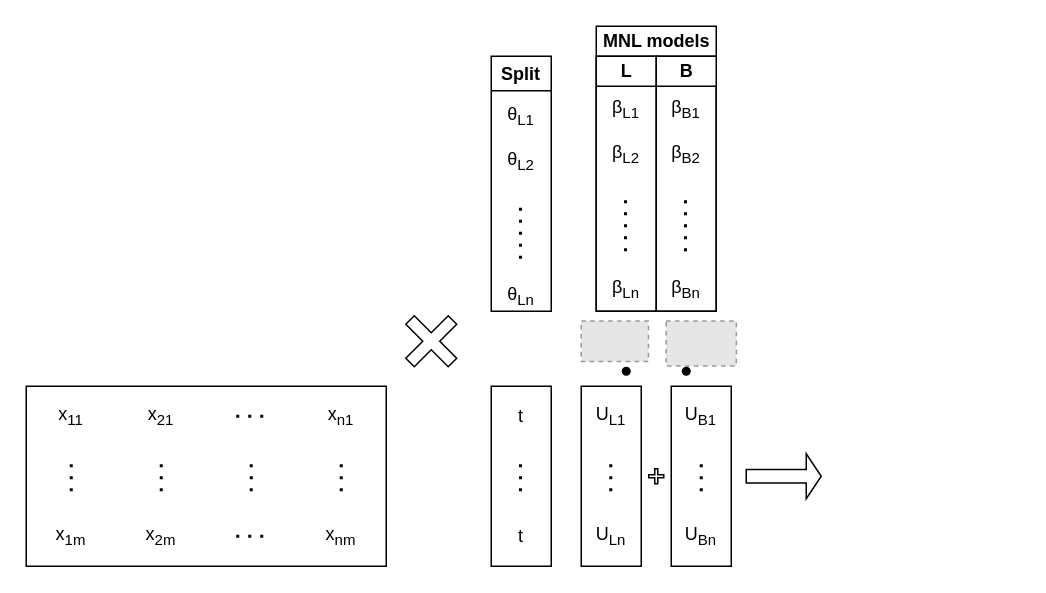
Earlier version of the draw.io diagram Diagramme sans nom.drawio (matovitch/bips). Source tidied: cells renumbered, new cells numbered last; positions are measured from the earlier drawing's top-left corner, leaving out a move shared by most shapes. Both pictures are drawn from the tidied source at 150%, with x=0, y=0 at pixel (26, 26). Pictures stored in the file or linked from it are replaced by grey dashed boxes.
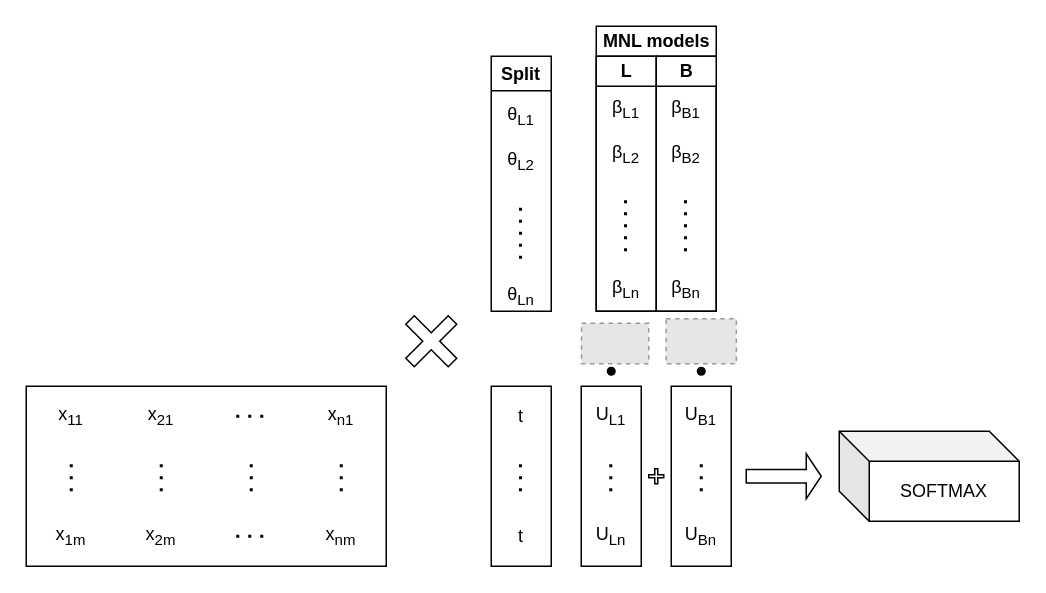
Above is the later version.

Commit message:
Mettre à jour Diagramme sans nom.drawio

The edit, as a diff of the source:
```diff
@@
     <mxCell id="44" style="fillColor=#E6E6E6;strokeColor=#999999;dashed=1;verticalLabelPosition=bottom;verticalAlign=top;" parent="1" vertex="1">
-      <mxGeometry x="370" y="196.5" width="44.8" height="27" as="geometry" />
+      <mxGeometry x="370.2" y="198" width="44.8" height="27" as="geometry" />
     </mxCell>
     <mxCell id="45" style="fillColor=#E6E6E6;strokeColor=#999999;dashed=1;verticalLabelPosition=bottom;verticalAlign=top;" parent="1" vertex="1">
-      <mxGeometry x="426.6" y="196.5" width="46.8" height="30" as="geometry" />
+      <mxGeometry x="426.6" y="195" width="46.8" height="30" as="geometry" />
     </mxCell>
     <mxCell id="46" style="shape=waypoint;sketch=0;fillStyle=solid;size=6;fillColor=none;perimeter=centerPerimeter;" parent="1" vertex="1">
-      <mxGeometry x="390" y="220" width="20" height="20" as="geometry" />
+      <mxGeometry x="380" y="220" width="20" height="20" as="geometry" />
     </mxCell>
     <mxCell id="47" style="shape=waypoint;sketch=0;fillStyle=solid;size=6;fillColor=none;perimeter=centerPerimeter;" parent="1" vertex="1">
-      <mxGeometry x="430" y="220" width="20" height="20" as="geometry" />
+      <mxGeometry x="440" y="220" width="20" height="20" as="geometry" />
     </mxCell>
@@
+    <mxCell id="75" value="SOFTMAX" style="shape=cube;whiteSpace=wrap;html=1;boundedLbl=1;backgroundOutline=1;darkOpacity=0.05;darkOpacity2=0.1;" parent="1" vertex="1">
+      <mxGeometry x="542" y="270" width="120" height="60" as="geometry" />
+    </mxCell>
```
